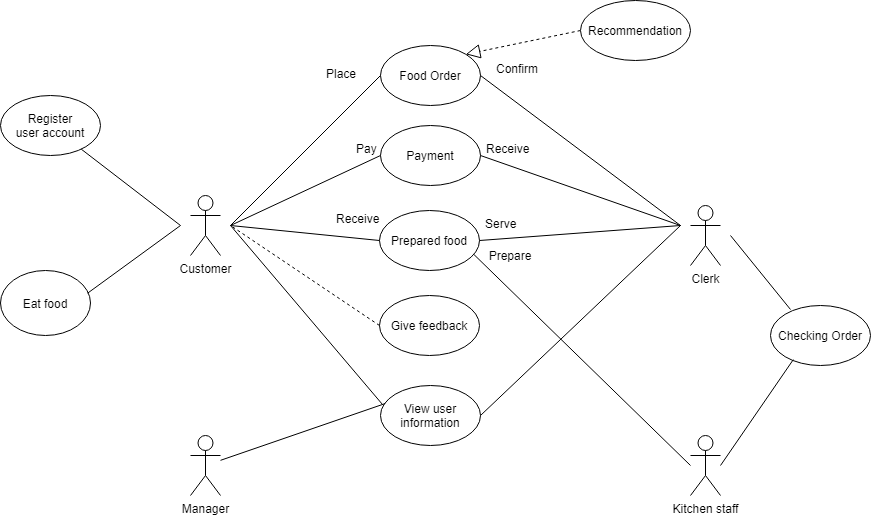
DuckyHCMUT/Testing_new keeps this draw.io diagram as Task1.1.png. Above is the earlier version. Source tidied: cells renumbered, new cells last; positions are measured from the earlier drawing's top-left corner, leaving out a move shared by most shapes.
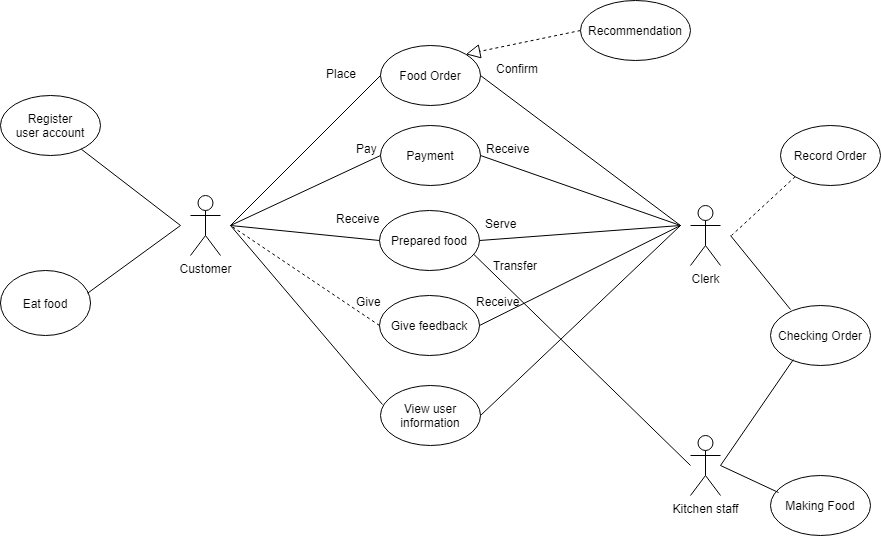
Above is the later version.

Commit message:
Finish task1.2 use-case

Change to the diagram source:
```diff
@@ -90,15 +90,9 @@
         <mxPoint x="690" y="465" as="targetPoint" />
       </mxGeometry>
     </mxCell>
-    <mxCell id="24" value="Prepare" style="text;html=1;strokeColor=none;fillColor=none;align=center;verticalAlign=middle;whiteSpace=wrap;rounded=0;" parent="1" vertex="1">
-      <mxGeometry x="490" y="245" width="40" height="20" as="geometry" />
+    <mxCell id="24" value="Transfer" style="text;html=1;strokeColor=none;fillColor=none;align=center;verticalAlign=middle;whiteSpace=wrap;rounded=0;" parent="1" vertex="1">
+      <mxGeometry x="490" y="255" width="50" height="20" as="geometry" />
     </mxCell>
-    <mxCell id="25" value="Manager" style="shape=umlActor;verticalLabelPosition=bottom;verticalAlign=top;html=1;outlineConnect=0;" parent="1" vertex="1">
-      <mxGeometry x="190" y="435" width="30" height="60" as="geometry" />
-    </mxCell>
-    <mxCell id="26" style="endArrow=none;html=1;entryX=0.048;entryY=0.3;entryDx=0;entryDy=0;entryPerimeter=0;" parent="1" edge="1" source="25" target="4">
-      <mxGeometry relative="1" as="geometry" />
-    </mxCell>
     <mxCell id="27" value="Eat food" style="ellipse;whiteSpace=wrap;html=1;" parent="1" vertex="1">
       <mxGeometry y="270" width="90" height="65" as="geometry" />
     </mxCell>
@@ -140,5 +134,33 @@
     <mxCell id="37" value="Receive" style="text;strokeColor=none;fillColor=none;align=left;verticalAlign=top;spacingLeft=4;spacingRight=4;overflow=hidden;" parent="1" vertex="1">
       <mxGeometry x="480" y="135" width="90" height="30" as="geometry" />
     </mxCell>
+    <mxCell id="38" style="endArrow=none;html=1;exitX=1;exitY=0.5;exitDx=0;exitDy=0;" parent="1" edge="1" source="29">
+      <mxGeometry relative="1" as="geometry">
+        <mxPoint x="680" y="225" as="targetPoint" />
+      </mxGeometry>
+    </mxCell>
+    <mxCell id="39" value="Receive" style="text;strokeColor=none;fillColor=none;align=left;verticalAlign=top;spacingLeft=4;spacingRight=4;overflow=hidden;" parent="1" vertex="1">
+      <mxGeometry x="470" y="287.5" width="90" height="30" as="geometry" />
+    </mxCell>
+    <mxCell id="40" value="Give" style="text;strokeColor=none;fillColor=none;align=left;verticalAlign=top;spacingLeft=4;spacingRight=4;overflow=hidden;" parent="1" vertex="1">
+      <mxGeometry x="350" y="287.5" width="90" height="27.5" as="geometry" />
+    </mxCell>
+    <mxCell id="41" value="Making Food" style="ellipse;whiteSpace=wrap;html=1;" parent="1" vertex="1">
+      <mxGeometry x="770" y="475" width="100" height="60" as="geometry" />
+    </mxCell>
+    <mxCell id="42" style="endArrow=none;html=1;" parent="1" edge="1">
+      <mxGeometry relative="1" as="geometry">
+        <mxPoint x="720" y="465" as="sourcePoint" />
+        <mxPoint x="778" y="492" as="targetPoint" />
+      </mxGeometry>
+    </mxCell>
+    <mxCell id="43" value="Record Order" style="ellipse;whiteSpace=wrap;html=1;" parent="1" vertex="1">
+      <mxGeometry x="780" y="125" width="100" height="60" as="geometry" />
+    </mxCell>
+    <mxCell id="44" style="endArrow=none;dashed=1;html=1;exitX=0;exitY=1;exitDx=0;exitDy=0;" parent="1" edge="1" source="43">
+      <mxGeometry relative="1" as="geometry">
+        <mxPoint x="731" y="235" as="targetPoint" />
+      </mxGeometry>
+    </mxCell>
   </root>
 </mxGraphModel>
```
